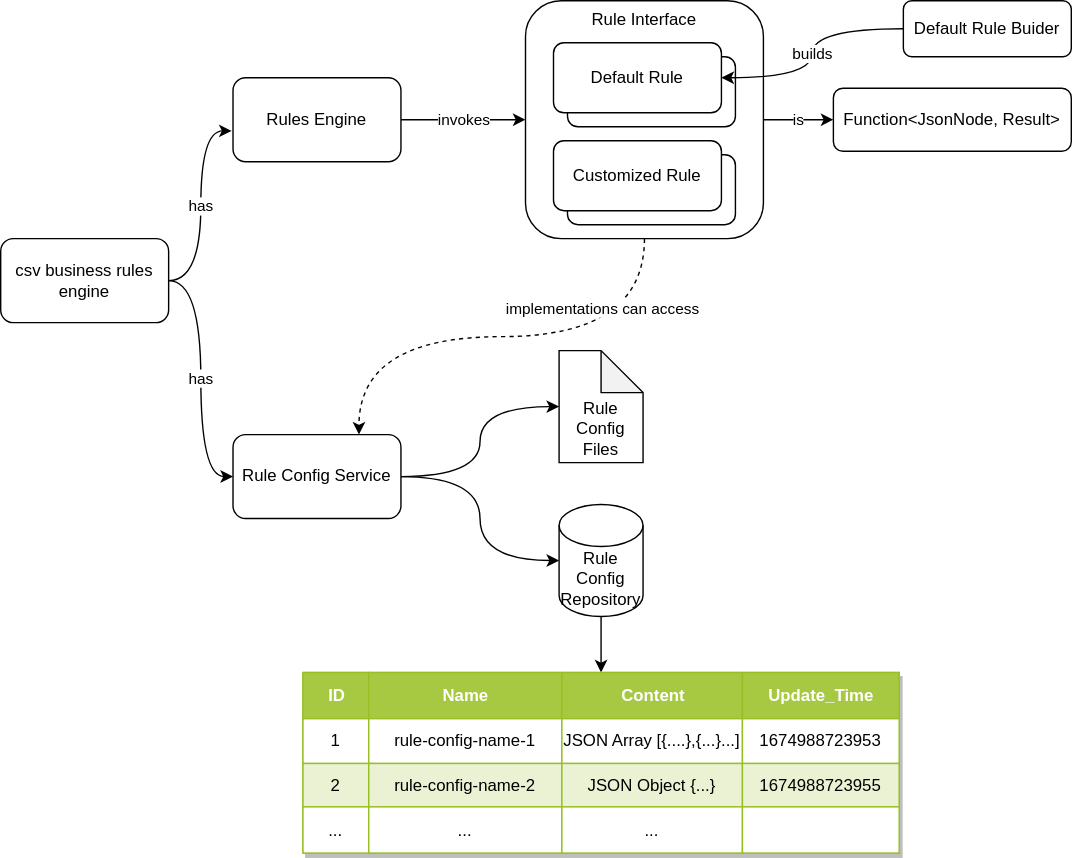
colinzhu/business-rule-engine keeps this draw.io diagram as csv-business-rules-engine.drawio.svg. Above is the earlier version. Source tidied: cells renumbered, new cells last; positions are measured from the earlier drawing's top-left corner, leaving out a move shared by most shapes.
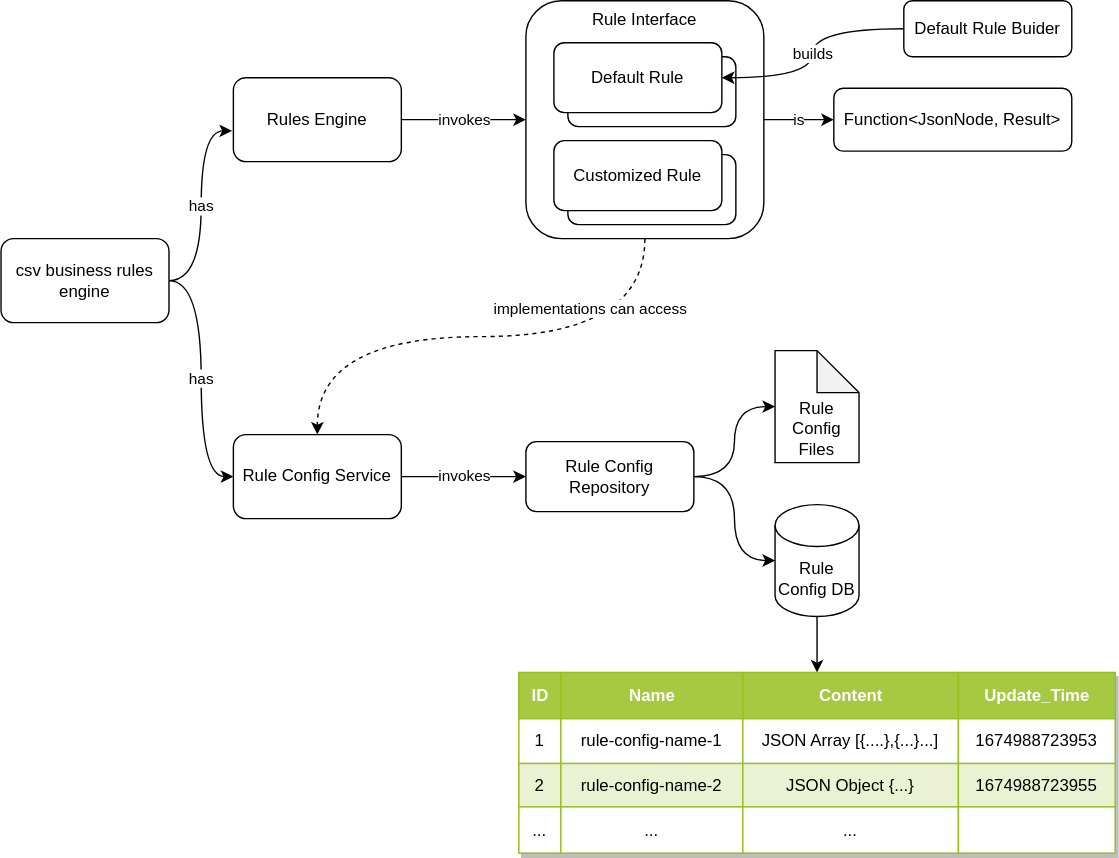
After the commit.

Diff of the diagram source:
```diff
@@ -20,38 +20,41 @@
     <mxCell id="7" style="edgeStyle=orthogonalEdgeStyle;curved=1;rounded=0;jettySize=auto;html=1;" parent="1" edge="1" source="8" target="15">
       <mxGeometry relative="1" as="geometry" />
     </mxCell>
-    <mxCell id="8" value="Rule Config Repository" style="shape=cylinder3;whiteSpace=wrap;html=1;boundedLbl=1;backgroundOutline=1;size=15;" parent="1" vertex="1">
-      <mxGeometry x="399" y="360" width="60" height="80" as="geometry" />
+    <mxCell id="8" value="Rule Config DB" style="shape=cylinder3;whiteSpace=wrap;html=1;boundedLbl=1;backgroundOutline=1;size=15;" parent="1" vertex="1">
+      <mxGeometry x="553" y="360" width="60" height="80" as="geometry" />
     </mxCell>
-    <mxCell id="9" style="edgeStyle=orthogonalEdgeStyle;curved=1;rounded=0;jettySize=auto;html=1;entryX=0;entryY=0.5;entryDx=0;entryDy=0;entryPerimeter=0;exitX=1;exitY=0.5;exitDx=0;exitDy=0;" parent="1" edge="1" source="11" target="12">
+    <mxCell id="9" style="edgeStyle=orthogonalEdgeStyle;curved=1;rounded=0;jettySize=auto;html=1;entryX=0;entryY=0.5;entryDx=0;entryDy=0;entryPerimeter=0;exitX=1;exitY=0.5;exitDx=0;exitDy=0;" parent="1" edge="1" source="47" target="12">
       <mxGeometry relative="1" as="geometry" />
     </mxCell>
-    <mxCell id="10" style="edgeStyle=orthogonalEdgeStyle;curved=1;rounded=0;jettySize=auto;html=1;entryX=0;entryY=0.5;entryDx=0;entryDy=0;entryPerimeter=0;exitX=1;exitY=0.5;exitDx=0;exitDy=0;" parent="1" edge="1" source="11" target="8">
+    <mxCell id="10" style="edgeStyle=orthogonalEdgeStyle;curved=1;rounded=0;jettySize=auto;html=1;entryX=0;entryY=0.5;entryDx=0;entryDy=0;entryPerimeter=0;exitX=1;exitY=0.5;exitDx=0;exitDy=0;" parent="1" edge="1" source="47" target="8">
       <mxGeometry relative="1" as="geometry" />
     </mxCell>
+    <mxCell id="46" value="invokes" style="edgeStyle=orthogonalEdgeStyle;rounded=0;jettySize=auto;html=1;entryX=0;entryY=0.5;entryDx=0;entryDy=0;" parent="1" edge="1" source="11" target="47">
+      <mxGeometry relative="1" as="geometry" />
+    </mxCell>
     <mxCell id="11" value="Rule Config Service" style="rounded=1;whiteSpace=wrap;html=1;" parent="1" vertex="1">
       <mxGeometry x="166" y="310" width="120" height="60" as="geometry" />
     </mxCell>
     <mxCell id="12" value="Rule Config Files" style="shape=note;whiteSpace=wrap;html=1;backgroundOutline=1;darkOpacity=0.05;verticalAlign=bottom;" parent="1" vertex="1">
-      <mxGeometry x="399" y="250" width="60" height="80" as="geometry" />
+      <mxGeometry x="553" y="250" width="60" height="80" as="geometry" />
     </mxCell>
     <mxCell id="13" value="Default Rule Buider" style="rounded=1;whiteSpace=wrap;html=1;" parent="1" vertex="1">
       <mxGeometry x="645" width="120" height="40" as="geometry" />
     </mxCell>
     <mxCell id="14" value="Assets" style="strokeColor=#98bf21;fillColor=#A7C942;shadow=1;" parent="1" vertex="1">
-      <mxGeometry x="216" y="480" width="426" height="129" as="geometry" />
+      <mxGeometry x="370" y="480" width="426" height="129" as="geometry" />
     </mxCell>
     <mxCell id="15" style="shape=tableRow;horizontal=0;startSize=0;swimlaneHead=0;swimlaneBody=0;top=0;left=0;bottom=0;right=0;fontStyle=0;strokeColor=inherit;fillColor=#ffffff;" parent="14" vertex="1">
       <mxGeometry width="426" height="33" as="geometry" />
     </mxCell>
     <mxCell id="16" value="ID" style="strokeColor=inherit;fillColor=#A7C942;align=center;fontStyle=1;fontColor=#FFFFFF;html=1;" parent="15" vertex="1">
-      <mxGeometry width="47" height="33" as="geometry" />
+      <mxGeometry width="30" height="33" as="geometry" />
     </mxCell>
     <mxCell id="17" value="Name" style="strokeColor=inherit;fillColor=#A7C942;align=center;fontStyle=1;fontColor=#FFFFFF;html=1;" parent="15" vertex="1">
-      <mxGeometry x="47" width="138" height="33" as="geometry" />
+      <mxGeometry x="30" width="130" height="33" as="geometry" />
     </mxCell>
     <mxCell id="18" value="Content" style="strokeColor=inherit;fillColor=#A7C942;align=center;fontStyle=1;fontColor=#FFFFFF;html=1;" parent="15" vertex="1">
-      <mxGeometry x="185" width="129" height="33" as="geometry" />
+      <mxGeometry x="160" width="154" height="33" as="geometry" />
     </mxCell>
     <mxCell id="19" value="Update_Time" style="strokeColor=inherit;fillColor=#A7C942;align=center;fontStyle=1;fontColor=#FFFFFF;html=1;" parent="15" vertex="1">
       <mxGeometry x="314" width="112" height="33" as="geometry" />
@@ -60,13 +63,13 @@
       <mxGeometry y="33" width="426" height="32" as="geometry" />
     </mxCell>
     <mxCell id="21" value="1" style="strokeColor=inherit;fillColor=inherit;align=center;whiteSpace=wrap;html=1;" parent="20" vertex="1">
-      <mxGeometry width="47" height="32" as="geometry" />
+      <mxGeometry width="30" height="32" as="geometry" />
     </mxCell>
     <mxCell id="22" value="rule-config-name-1" style="strokeColor=inherit;fillColor=inherit;align=center;whiteSpace=wrap;html=1;" parent="20" vertex="1">
-      <mxGeometry x="47" width="138" height="32" as="geometry" />
+      <mxGeometry x="30" width="130" height="32" as="geometry" />
     </mxCell>
     <mxCell id="23" value="JSON Array [{....},{...}...]" style="strokeColor=inherit;fillColor=inherit;align=center;whiteSpace=wrap;html=1;" parent="20" vertex="1">
-      <mxGeometry x="185" width="129" height="32" as="geometry" />
+      <mxGeometry x="160" width="154" height="32" as="geometry" />
     </mxCell>
     <mxCell id="24" value="1674988723953" style="strokeColor=inherit;fillColor=inherit;align=center;whiteSpace=wrap;html=1;" parent="20" vertex="1">
       <mxGeometry x="314" width="112" height="32" as="geometry" />
@@ -75,13 +78,13 @@
       <mxGeometry y="65" width="426" height="31" as="geometry" />
     </mxCell>
     <mxCell id="26" value="2" style="strokeColor=inherit;fillColor=inherit;whiteSpace=wrap;html=1;" parent="25" vertex="1">
-      <mxGeometry width="47" height="31" as="geometry" />
+      <mxGeometry width="30" height="31" as="geometry" />
     </mxCell>
     <mxCell id="27" value="rule-config-name-2" style="strokeColor=inherit;fillColor=inherit;whiteSpace=wrap;html=1;" parent="25" vertex="1">
-      <mxGeometry x="47" width="138" height="31" as="geometry" />
+      <mxGeometry x="30" width="130" height="31" as="geometry" />
     </mxCell>
     <mxCell id="28" value="JSON Object {...}" style="strokeColor=inherit;fillColor=inherit;whiteSpace=wrap;html=1;" parent="25" vertex="1">
-      <mxGeometry x="185" width="129" height="31" as="geometry" />
+      <mxGeometry x="160" width="154" height="31" as="geometry" />
     </mxCell>
     <mxCell id="29" value="1674988723955" style="strokeColor=inherit;fillColor=inherit;whiteSpace=wrap;html=1;" parent="25" vertex="1">
       <mxGeometry x="314" width="112" height="31" as="geometry" />
@@ -90,13 +93,13 @@
       <mxGeometry y="96" width="426" height="33" as="geometry" />
     </mxCell>
     <mxCell id="31" value="..." style="strokeColor=inherit;fillColor=inherit;fontStyle=0;align=center;whiteSpace=wrap;html=1;" parent="30" vertex="1">
-      <mxGeometry width="47" height="33" as="geometry" />
+      <mxGeometry width="30" height="33" as="geometry" />
     </mxCell>
     <mxCell id="32" value="..." style="strokeColor=inherit;fillColor=inherit;fontStyle=0;align=center;whiteSpace=wrap;html=1;" parent="30" vertex="1">
-      <mxGeometry x="47" width="138" height="33" as="geometry" />
+      <mxGeometry x="30" width="130" height="33" as="geometry" />
     </mxCell>
     <mxCell id="33" value="..." style="strokeColor=inherit;fillColor=inherit;fontStyle=0;align=center;whiteSpace=wrap;html=1;" parent="30" vertex="1">
-      <mxGeometry x="185" width="129" height="33" as="geometry" />
+      <mxGeometry x="160" width="154" height="33" as="geometry" />
     </mxCell>
     <mxCell id="34" style="strokeColor=inherit;fillColor=inherit;fontStyle=0;align=center;whiteSpace=wrap;html=1;" parent="30" vertex="1">
       <mxGeometry x="314" width="112" height="33" as="geometry" />
@@ -104,7 +107,7 @@
     <mxCell id="35" value="is" style="edgeStyle=orthogonalEdgeStyle;curved=1;rounded=0;jettySize=auto;html=1;entryX=0;entryY=0.5;entryDx=0;entryDy=0;exitX=1;exitY=0.5;exitDx=0;exitDy=0;" parent="1" edge="1" source="37" target="45">
       <mxGeometry relative="1" as="geometry" />
     </mxCell>
-    <mxCell id="36" value="implementations can access" style="edgeStyle=orthogonalEdgeStyle;curved=1;rounded=0;jettySize=auto;html=1;entryX=0.75;entryY=0;entryDx=0;entryDy=0;dashed=1;exitX=0.5;exitY=1;exitDx=0;exitDy=0;" parent="1" edge="1" source="37" target="11">
+    <mxCell id="36" value="implementations can access" style="edgeStyle=orthogonalEdgeStyle;curved=1;rounded=0;jettySize=auto;html=1;entryX=0.5;entryY=0;entryDx=0;entryDy=0;dashed=1;exitX=0.5;exitY=1;exitDx=0;exitDy=0;" parent="1" edge="1" source="37" target="11">
       <mxGeometry x="-0.42" y="-20" relative="1" as="geometry" />
     </mxCell>
     <mxCell id="37" value="Rule Interface" style="rounded=1;whiteSpace=wrap;html=1;verticalAlign=top;" parent="1" vertex="1">
@@ -134,5 +137,8 @@
     <mxCell id="45" value="Function&amp;lt;JsonNode, Result&amp;gt;" style="rounded=1;whiteSpace=wrap;html=1;" parent="1" vertex="1">
       <mxGeometry x="595" y="62.5" width="170" height="45" as="geometry" />
     </mxCell>
+    <mxCell id="47" value="Rule Config Repository" style="rounded=1;whiteSpace=wrap;html=1;" parent="1" vertex="1">
+      <mxGeometry x="375" y="315" width="120" height="50" as="geometry" />
+    </mxCell>
   </root>
 </mxGraphModel>
```
